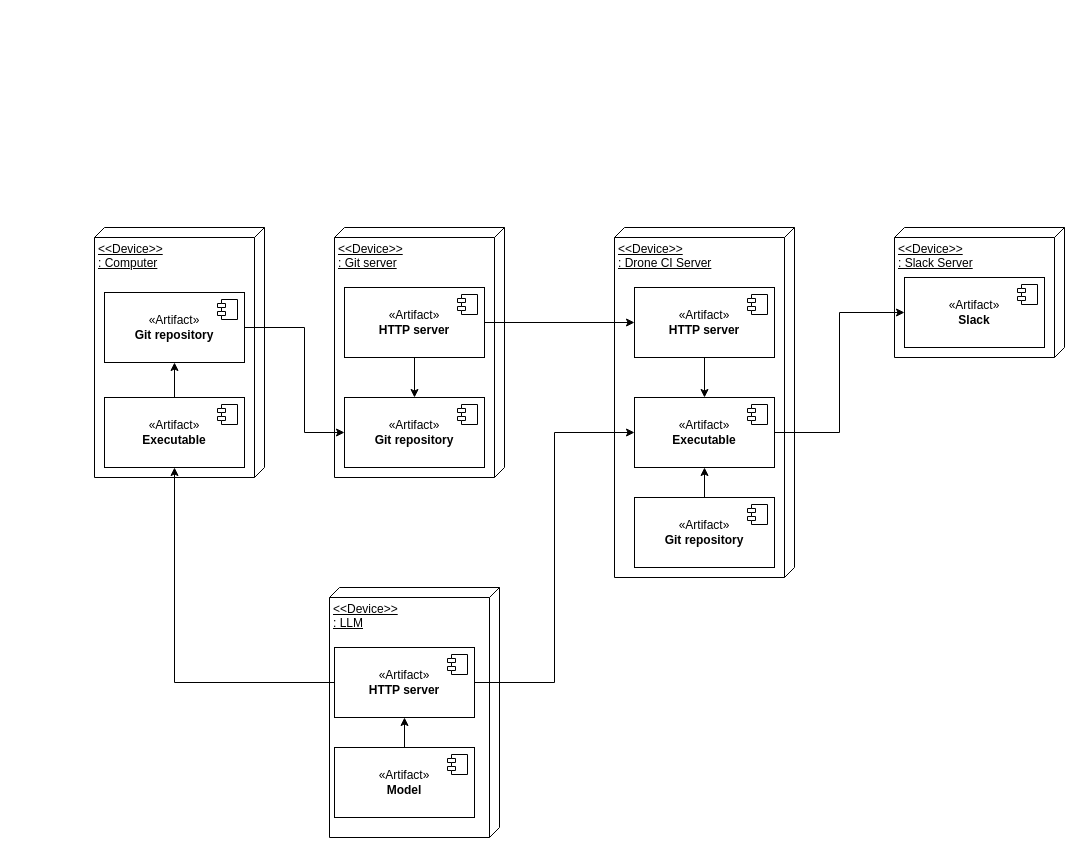
The draw.io diagram page "Command line applicatie" (2 of 4) of pvv_v2.drawio in luukvankooten/draw.io, before the edit. Source tidied: cells renumbered, new cells numbered last; positions are measured from the earlier drawing's top-left corner, leaving out a move shared by most shapes. Both pictures are drawn from the tidied source at 100%, with x=0, y=0 at pixel (94, 227).
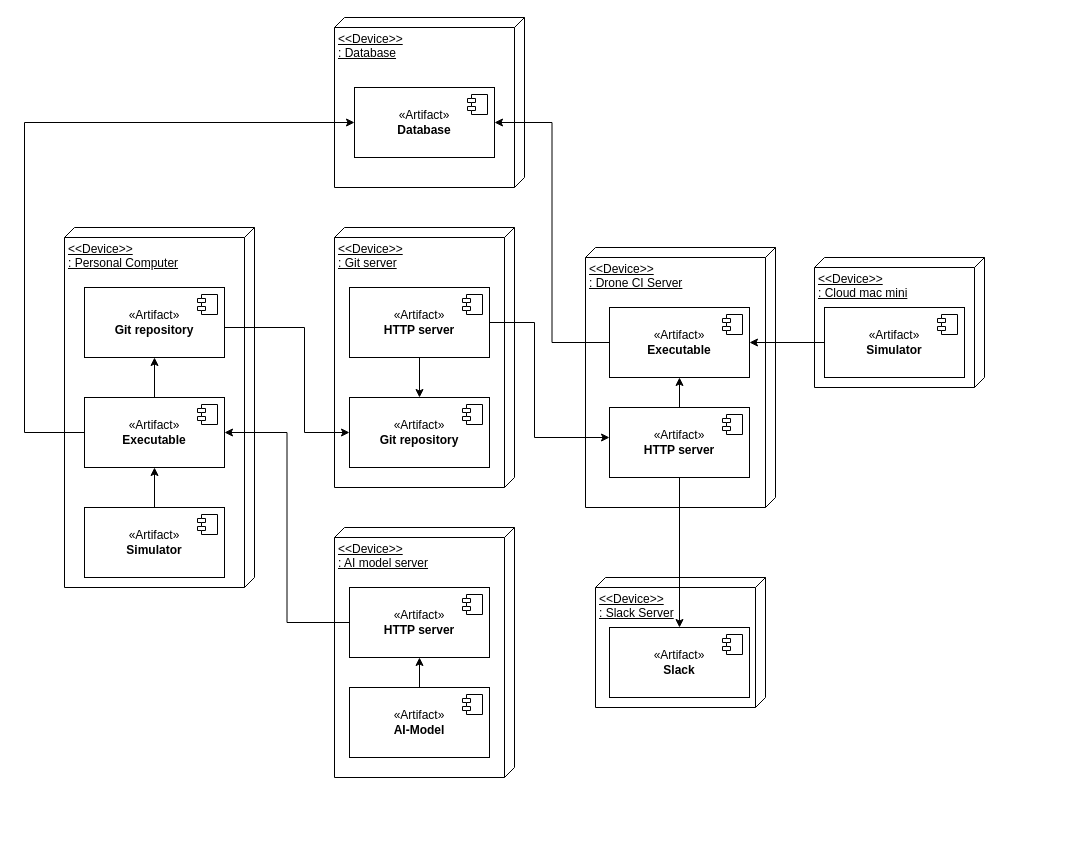
The same diagram, later.

Change to the diagram source:
```diff
@@
+    <mxCell id="37" value="&amp;lt;&amp;lt;Device&amp;gt;&amp;gt;&lt;br&gt;: Database" style="verticalAlign=top;align=left;spacingTop=8;spacingLeft=2;spacingRight=12;shape=cube;size=10;direction=south;fontStyle=4;html=1;whiteSpace=wrap;fillColor=#FFFFFF;" parent="1" vertex="1">
+      <mxGeometry x="240" y="-210" width="190" height="170" as="geometry" />
+    </mxCell>
     <mxCell id="2" value="&amp;lt;&amp;lt;Device&amp;gt;&amp;gt;&lt;br&gt;: Drone CI Server" style="verticalAlign=top;align=left;spacingTop=8;spacingLeft=2;spacingRight=12;shape=cube;size=10;direction=south;fontStyle=4;html=1;whiteSpace=wrap;fillColor=#FFFFFF;" parent="1" vertex="1">
-      <mxGeometry x="520" width="180" height="350" as="geometry" />
+      <mxGeometry x="491" y="20" width="190" height="260" as="geometry" />
     </mxCell>
-    <mxCell id="3" value="&amp;lt;&amp;lt;Device&amp;gt;&amp;gt;&lt;br&gt;: Computer" style="verticalAlign=top;align=left;spacingTop=8;spacingLeft=2;spacingRight=12;shape=cube;size=10;direction=south;fontStyle=4;html=1;whiteSpace=wrap;fillColor=#FFFFFF;" parent="1" vertex="1">
-      <mxGeometry width="170" height="250" as="geometry" />
+    <mxCell id="3" value="&amp;lt;&amp;lt;Device&amp;gt;&amp;gt;&lt;br&gt;: Personal Computer" style="verticalAlign=top;align=left;spacingTop=8;spacingLeft=2;spacingRight=12;shape=cube;size=10;direction=south;fontStyle=4;html=1;whiteSpace=wrap;fillColor=#FFFFFF;" parent="1" vertex="1">
+      <mxGeometry x="-30" width="190" height="360" as="geometry" />
     </mxCell>
     <mxCell id="4" value="&amp;lt;&amp;lt;Device&amp;gt;&amp;gt;&lt;br&gt;: Git server" style="verticalAlign=top;align=left;spacingTop=8;spacingLeft=2;spacingRight=12;shape=cube;size=10;direction=south;fontStyle=4;html=1;whiteSpace=wrap;fillColor=#FFFFFF;" parent="1" vertex="1">
-      <mxGeometry x="240" width="170" height="250" as="geometry" />
+      <mxGeometry x="240" width="180" height="260" as="geometry" />
     </mxCell>
@@
     <mxCell id="6" value="&lt;div&gt;«Artifact»&lt;/div&gt;&lt;div&gt;&lt;b&gt;HTTP server&lt;/b&gt;&lt;br&gt;&lt;/div&gt;" style="html=1;whiteSpace=wrap;" parent="1" vertex="1">
-      <mxGeometry x="540" y="60" width="140" height="70" as="geometry" />
+      <mxGeometry x="515" y="180" width="140" height="70" as="geometry" />
     </mxCell>
@@
     <mxCell id="9" value="&lt;div&gt;«Artifact»&lt;/div&gt;&lt;div&gt;&lt;b&gt;Git&lt;/b&gt; &lt;b&gt;repository&lt;/b&gt;&lt;br&gt;&lt;/div&gt;" style="html=1;whiteSpace=wrap;" parent="1" vertex="1">
-      <mxGeometry x="10" y="65" width="140" height="70" as="geometry" />
+      <mxGeometry x="-10" y="60" width="140" height="70" as="geometry" />
     </mxCell>
@@
     <mxCell id="12" style="edgeStyle=orthogonalEdgeStyle;rounded=0;jettySize=auto;html=1;" parent="1" edge="1" source="13" target="6">
-      <mxGeometry relative="1" as="geometry" />
+      <mxGeometry relative="1" as="geometry">
+        <Array as="points">
+          <mxPoint x="440" y="95" />
+          <mxPoint x="440" y="210" />
+        </Array>
+      </mxGeometry>
     </mxCell>
     <mxCell id="13" value="&lt;div&gt;«Artifact»&lt;/div&gt;&lt;div&gt;&lt;b&gt;HTTP server&lt;/b&gt;&lt;br&gt;&lt;/div&gt;" style="html=1;whiteSpace=wrap;" parent="1" vertex="1">
-      <mxGeometry x="250" y="60" width="140" height="70" as="geometry" />
+      <mxGeometry x="255" y="60" width="140" height="70" as="geometry" />
     </mxCell>
@@
     <mxCell id="15" value="&lt;div&gt;«Artifact»&lt;/div&gt;&lt;div&gt;&lt;b&gt;Git repository&lt;/b&gt;&lt;br&gt;&lt;/div&gt;" style="html=1;whiteSpace=wrap;" parent="1" vertex="1">
-      <mxGeometry x="250" y="170" width="140" height="70" as="geometry" />
+      <mxGeometry x="255" y="170" width="140" height="70" as="geometry" />
     </mxCell>
@@
+    <mxCell id="38" style="edgeStyle=orthogonalEdgeStyle;rounded=0;jettySize=auto;html=1;entryX=0;entryY=0.5;entryDx=0;entryDy=0;" parent="1" edge="1" source="18" target="47">
+      <mxGeometry relative="1" as="geometry">
+        <Array as="points">
+          <mxPoint x="-70" y="205" />
+          <mxPoint x="-70" y="-105" />
+        </Array>
+      </mxGeometry>
+    </mxCell>
     <mxCell id="18" value="&lt;div&gt;«Artifact»&lt;/div&gt;&lt;div&gt;&lt;b&gt;Executable&lt;/b&gt;&lt;br&gt;&lt;/div&gt;" style="html=1;whiteSpace=wrap;" parent="1" vertex="1">
-      <mxGeometry x="10" y="170" width="140" height="70" as="geometry" />
+      <mxGeometry x="-10" y="170" width="140" height="70" as="geometry" />
     </mxCell>
@@
+    <mxCell id="39" style="edgeStyle=orthogonalEdgeStyle;rounded=0;jettySize=auto;html=1;entryX=1;entryY=0.5;entryDx=0;entryDy=0;" parent="1" edge="1" source="20" target="47">
+      <mxGeometry relative="1" as="geometry" />
+    </mxCell>
     <mxCell id="20" value="&lt;div&gt;«Artifact»&lt;/div&gt;&lt;div&gt;&lt;b&gt;Executable&lt;/b&gt;&lt;br&gt;&lt;/div&gt;" style="html=1;whiteSpace=wrap;" parent="1" vertex="1">
-      <mxGeometry x="540" y="170" width="140" height="70" as="geometry" />
+      <mxGeometry x="515" y="80" width="140" height="70" as="geometry" />
     </mxCell>
@@
-    <mxCell id="22" style="edgeStyle=orthogonalEdgeStyle;rounded=0;jettySize=auto;html=1;" parent="1" edge="1" source="23" target="20">
-      <mxGeometry relative="1" as="geometry" />
-    </mxCell>
-    <mxCell id="23" value="&lt;div&gt;«Artifact»&lt;/div&gt;&lt;div&gt;&lt;b&gt;Git repository&lt;/b&gt;&lt;br&gt;&lt;/div&gt;" style="html=1;whiteSpace=wrap;" parent="1" vertex="1">
-      <mxGeometry x="540" y="270" width="140" height="70" as="geometry" />
-    </mxCell>
-    <mxCell id="24" style="shape=module;jettyWidth=8;jettyHeight=4;" parent="23" vertex="1">
-      <mxGeometry x="1" width="20" height="20" relative="1" as="geometry">
-        <mxPoint x="-27" y="7" as="offset" />
-      </mxGeometry>
-    </mxCell>
-    <mxCell id="25" value="&amp;lt;&amp;lt;Device&amp;gt;&amp;gt;&lt;br&gt;: LLM" style="verticalAlign=top;align=left;spacingTop=8;spacingLeft=2;spacingRight=12;shape=cube;size=10;direction=south;fontStyle=4;html=1;whiteSpace=wrap;fillColor=#FFFFFF;" parent="1" vertex="1">
-      <mxGeometry x="235" y="360" width="170" height="250" as="geometry" />
+    <mxCell id="25" value="&amp;lt;&amp;lt;Device&amp;gt;&amp;gt;&lt;br&gt;: AI model server" style="verticalAlign=top;align=left;spacingTop=8;spacingLeft=2;spacingRight=12;shape=cube;size=10;direction=south;fontStyle=4;html=1;whiteSpace=wrap;fillColor=#FFFFFF;" parent="1" vertex="1">
+      <mxGeometry x="240" y="300" width="180" height="250" as="geometry" />
     </mxCell>
-    <mxCell id="26" style="edgeStyle=orthogonalEdgeStyle;rounded=0;jettySize=auto;html=1;entryX=0.5;entryY=1;entryDx=0;entryDy=0;" parent="1" edge="1" source="28" target="18">
-      <mxGeometry relative="1" as="geometry" />
-    </mxCell>
-    <mxCell id="27" style="edgeStyle=orthogonalEdgeStyle;rounded=0;jettySize=auto;html=1;entryX=0;entryY=0.5;entryDx=0;entryDy=0;" parent="1" edge="1" source="28" target="20">
-      <mxGeometry relative="1" as="geometry" />
-    </mxCell>
     <mxCell id="28" value="&lt;div&gt;«Artifact»&lt;/div&gt;&lt;b&gt;HTTP server&lt;/b&gt;" style="html=1;whiteSpace=wrap;" parent="1" vertex="1">
-      <mxGeometry x="240" y="420" width="140" height="70" as="geometry" />
+      <mxGeometry x="255" y="360" width="140" height="70" as="geometry" />
     </mxCell>
@@
+    <mxCell id="26" style="edgeStyle=orthogonalEdgeStyle;rounded=0;jettySize=auto;html=1;entryX=1;entryY=0.5;entryDx=0;entryDy=0;exitX=0;exitY=0.5;exitDx=0;exitDy=0;" parent="1" edge="1" source="28" target="18">
+      <mxGeometry relative="1" as="geometry" />
+    </mxCell>
-    <mxCell id="31" value="&lt;div&gt;«Artifact»&lt;/div&gt;&lt;div&gt;&lt;b&gt;Model&lt;/b&gt;&lt;br&gt;&lt;/div&gt;" style="html=1;whiteSpace=wrap;" parent="1" vertex="1">
-      <mxGeometry x="240" y="520" width="140" height="70" as="geometry" />
+    <mxCell id="31" value="&lt;div&gt;«Artifact»&lt;/div&gt;&lt;div&gt;&lt;b&gt;AI-Model&lt;/b&gt;&lt;br&gt;&lt;/div&gt;" style="html=1;whiteSpace=wrap;" parent="1" vertex="1">
+      <mxGeometry x="255" y="460" width="140" height="70" as="geometry" />
     </mxCell>
@@
     <mxCell id="33" value="&amp;lt;&amp;lt;Device&amp;gt;&amp;gt;&lt;br&gt;: Slack Server" style="verticalAlign=top;align=left;spacingTop=8;spacingLeft=2;spacingRight=12;shape=cube;size=10;direction=south;fontStyle=4;html=1;whiteSpace=wrap;fillColor=#FFFFFF;" parent="1" vertex="1">
-      <mxGeometry x="800" width="170" height="130" as="geometry" />
+      <mxGeometry x="501" y="350" width="170" height="130" as="geometry" />
     </mxCell>
     <mxCell id="34" value="&lt;div&gt;«Artifact»&lt;/div&gt;&lt;div&gt;&lt;b&gt;Slack&lt;/b&gt;&lt;br&gt;&lt;/div&gt;" style="html=1;whiteSpace=wrap;" parent="1" vertex="1">
-      <mxGeometry x="810" y="50" width="140" height="70" as="geometry" />
+      <mxGeometry x="515" y="400" width="140" height="70" as="geometry" />
     </mxCell>
@@
-    <mxCell id="36" style="edgeStyle=orthogonalEdgeStyle;rounded=0;jettySize=auto;html=1;entryX=0;entryY=0.5;entryDx=0;entryDy=0;" parent="1" edge="1" source="20" target="34">
-      <mxGeometry relative="1" as="geometry" />
+    <mxCell id="36" style="edgeStyle=orthogonalEdgeStyle;rounded=0;jettySize=auto;html=1;entryX=0.5;entryY=0;entryDx=0;entryDy=0;exitX=0.5;exitY=1;exitDx=0;exitDy=0;" parent="1" edge="1" source="6" target="34">
+      <mxGeometry relative="1" as="geometry">
+        <Array as="points">
+          <mxPoint x="585" y="400" />
+        </Array>
+      </mxGeometry>
     </mxCell>
+    <mxCell id="40" value="&amp;lt;&amp;lt;Device&amp;gt;&amp;gt;&lt;br&gt;: Cloud mac mini" style="verticalAlign=top;align=left;spacingTop=8;spacingLeft=2;spacingRight=12;shape=cube;size=10;direction=south;fontStyle=4;html=1;whiteSpace=wrap;fillColor=#FFFFFF;" parent="1" vertex="1">
+      <mxGeometry x="720" y="30" width="170" height="130" as="geometry" />
+    </mxCell>
+    <mxCell id="41" style="edgeStyle=orthogonalEdgeStyle;rounded=0;jettySize=auto;html=1;entryX=0.5;entryY=1;entryDx=0;entryDy=0;" parent="1" edge="1" source="42" target="18">
+      <mxGeometry relative="1" as="geometry" />
+    </mxCell>
+    <mxCell id="42" value="&lt;div&gt;«Artifact»&lt;/div&gt;&lt;div&gt;&lt;b&gt;Simulator&lt;/b&gt;&lt;br&gt;&lt;/div&gt;" style="html=1;whiteSpace=wrap;" parent="1" vertex="1">
+      <mxGeometry x="-10" y="280" width="140" height="70" as="geometry" />
+    </mxCell>
+    <mxCell id="43" style="shape=module;jettyWidth=8;jettyHeight=4;" parent="42" vertex="1">
+      <mxGeometry x="1" width="20" height="20" relative="1" as="geometry">
+        <mxPoint x="-27" y="7" as="offset" />
+      </mxGeometry>
+    </mxCell>
+    <mxCell id="44" style="edgeStyle=orthogonalEdgeStyle;rounded=0;jettySize=auto;html=1;entryX=1;entryY=0.5;entryDx=0;entryDy=0;" parent="1" edge="1" source="45" target="20">
+      <mxGeometry relative="1" as="geometry" />
+    </mxCell>
+    <mxCell id="45" value="&lt;div&gt;«Artifact»&lt;/div&gt;&lt;div&gt;&lt;b&gt;Simulator&lt;/b&gt;&lt;br&gt;&lt;/div&gt;" style="html=1;whiteSpace=wrap;" parent="1" vertex="1">
+      <mxGeometry x="730" y="80" width="140" height="70" as="geometry" />
+    </mxCell>
+    <mxCell id="46" style="shape=module;jettyWidth=8;jettyHeight=4;" parent="45" vertex="1">
+      <mxGeometry x="1" width="20" height="20" relative="1" as="geometry">
+        <mxPoint x="-27" y="7" as="offset" />
+      </mxGeometry>
+    </mxCell>
+    <mxCell id="47" value="&lt;div&gt;«Artifact»&lt;/div&gt;&lt;div&gt;&lt;b&gt;Database&lt;/b&gt;&lt;br&gt;&lt;/div&gt;" style="html=1;whiteSpace=wrap;" parent="1" vertex="1">
+      <mxGeometry x="260" y="-140" width="140" height="70" as="geometry" />
+    </mxCell>
+    <mxCell id="48" style="shape=module;jettyWidth=8;jettyHeight=4;" parent="47" vertex="1">
+      <mxGeometry x="1" width="20" height="20" relative="1" as="geometry">
+        <mxPoint x="-27" y="7" as="offset" />
+      </mxGeometry>
+    </mxCell>
```
